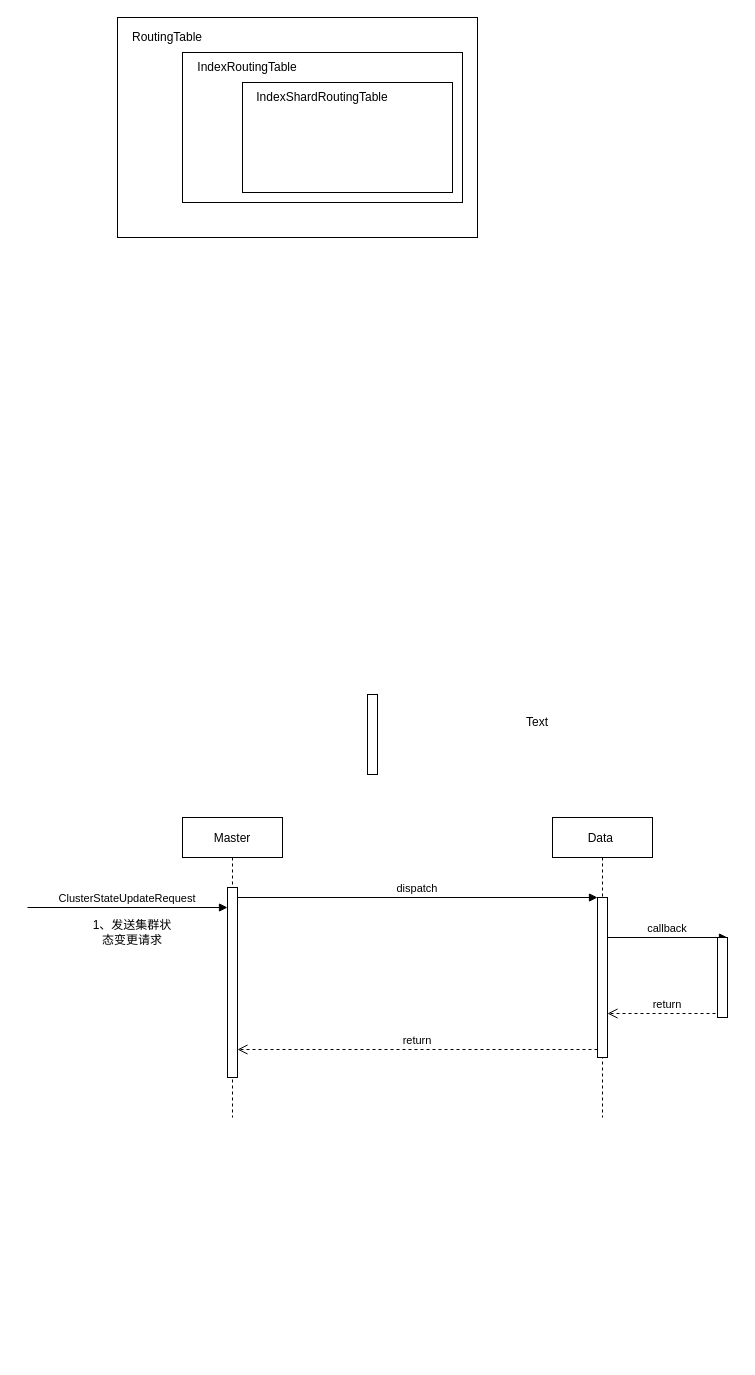
This is elasticsearch/meta/meta_raw.drawio from kingskipper/design, a draw.io file, before an edit. Source tidied: cells renumbered, new cells numbered last; positions are measured from the earlier drawing's top-left corner, leaving out a move shared by most shapes. Both pictures are drawn from the tidied source at 100%, with x=0, y=0 at pixel (27, 17).
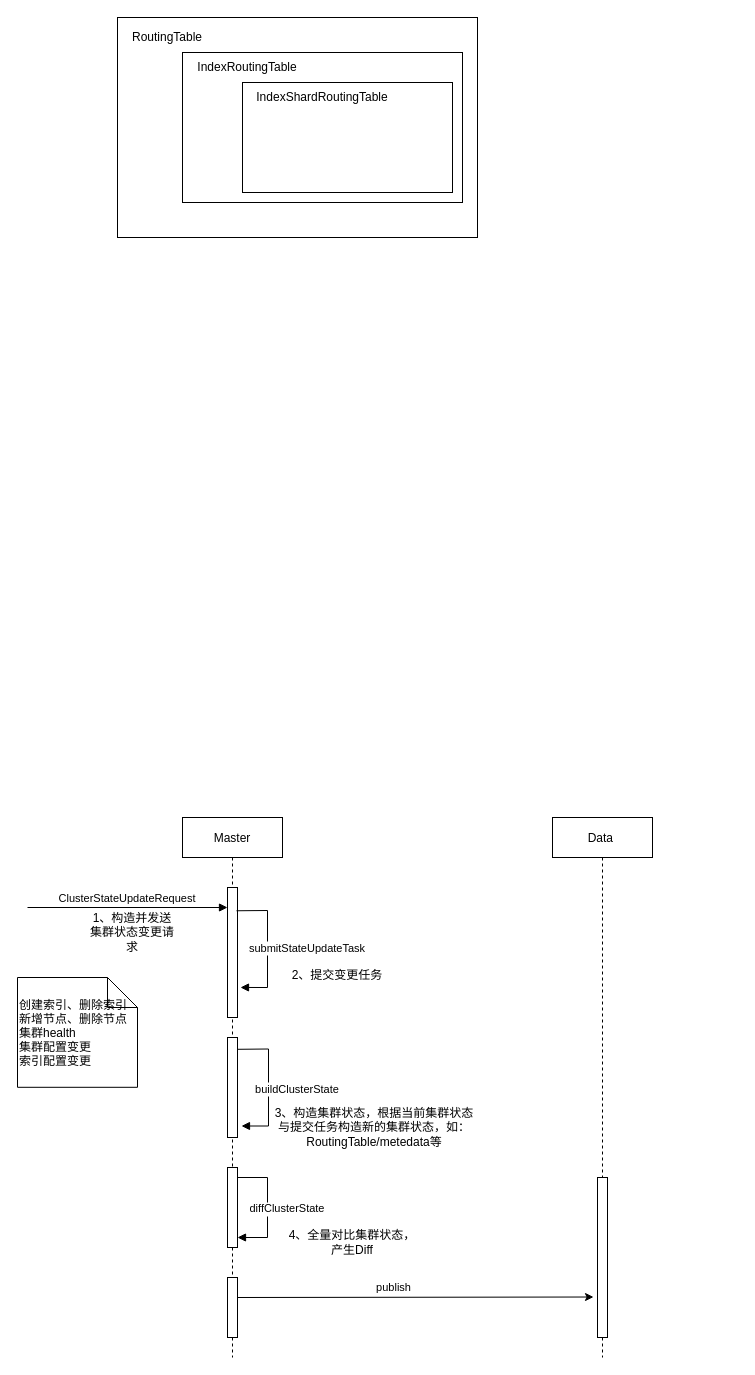
The same page after the edit.

The edit, as a diff of the source:
```diff
@@
     <mxCell id="2" value="Master" style="shape=umlLifeline;perimeter=lifelinePerimeter;rounded=0;shadow=0;strokeWidth=1;" parent="1" vertex="1">
-      <mxGeometry x="155" y="800" width="100" height="300" as="geometry" />
+      <mxGeometry x="155" y="800" width="100" height="540" as="geometry" />
     </mxCell>
     <mxCell id="3" style="points=[];perimeter=orthogonalPerimeter;rounded=0;shadow=0;strokeWidth=1;" parent="2" vertex="1">
-      <mxGeometry x="45" y="70" width="10" height="190" as="geometry" />
+      <mxGeometry x="45" y="70" width="10" height="130" as="geometry" />
     </mxCell>
+    <mxCell id="21" value="submitStateUpdateTask" style="verticalAlign=bottom;endArrow=block;shadow=0;strokeWidth=1;rounded=0;exitX=0.9;exitY=0.179;exitDx=0;exitDy=0;exitPerimeter=0;entryX=1.3;entryY=0.769;entryDx=0;entryDy=0;entryPerimeter=0;" parent="2" edge="1" source="3" target="3">
+      <mxGeometry x="0.16" y="40" relative="1" as="geometry">
+        <Array as="points">
+          <mxPoint x="85" y="93" />
+          <mxPoint x="85" y="170" />
+        </Array>
+      </mxGeometry>
+    </mxCell>
+    <mxCell id="17" style="perimeter=orthogonalPerimeter;rounded=0;shadow=0;strokeWidth=1;" parent="2" vertex="1">
+      <mxGeometry x="45" y="220" width="10" height="100" as="geometry" />
+    </mxCell>
+    <mxCell id="22" value="buildClusterState" style="verticalAlign=bottom;endArrow=block;shadow=0;strokeWidth=1;rounded=0;exitX=0.9;exitY=0.179;exitDx=0;exitDy=0;exitPerimeter=0;entryX=1.3;entryY=0.769;entryDx=0;entryDy=0;entryPerimeter=0;" parent="2" edge="1">
+      <mxGeometry x="0.18" y="29" relative="1" as="geometry">
+        <mxPoint x="55" y="231.8" as="sourcePoint" />
+        <mxPoint x="59" y="308.5" as="targetPoint" />
+        <Array as="points">
+          <mxPoint x="86" y="231.5" />
+          <mxPoint x="86" y="308.5" />
+        </Array>
+      </mxGeometry>
+    </mxCell>
+    <mxCell id="23" style="perimeter=orthogonalPerimeter;rounded=0;shadow=0;strokeWidth=1;" parent="2" vertex="1">
+      <mxGeometry x="45" y="350" width="10" height="80" as="geometry" />
+    </mxCell>
+    <mxCell id="24" value="diffClusterState" style="verticalAlign=bottom;endArrow=block;shadow=0;strokeWidth=1;rounded=0;" parent="2" edge="1">
+      <mxGeometry x="0.17" y="20" relative="1" as="geometry">
+        <mxPoint x="55" y="360" as="sourcePoint" />
+        <mxPoint x="55" y="420" as="targetPoint" />
+        <Array as="points">
+          <mxPoint x="85" y="360" />
+          <mxPoint x="85" y="420" />
+        </Array>
+      </mxGeometry>
+    </mxCell>
+    <mxCell id="25" style="perimeter=orthogonalPerimeter;rounded=0;shadow=0;strokeWidth=1;" parent="2" vertex="1">
+      <mxGeometry x="45" y="460" width="10" height="60" as="geometry" />
+    </mxCell>
+    <mxCell id="26" style="endArrow=classic;html=1;rounded=0;entryX=-0.4;entryY=0.747;entryDx=0;entryDy=0;entryPerimeter=0;" parent="2" edge="1" target="5">
+      <mxGeometry relative="1" as="geometry">
+        <mxPoint x="55" y="480" as="sourcePoint" />
+      </mxGeometry>
+    </mxCell>
+    <mxCell id="27" value="publish" style="edgeLabel;html=1;align=center;verticalAlign=middle;" parent="26" vertex="1">
+      <mxGeometry relative="1" as="geometry">
+        <mxPoint x="-22" y="-10" as="offset" />
+      </mxGeometry>
+    </mxCell>
     <mxCell id="4" value="Data " style="shape=umlLifeline;perimeter=lifelinePerimeter;rounded=0;shadow=0;strokeWidth=1;" parent="1" vertex="1">
-      <mxGeometry x="525" y="800" width="100" height="300" as="geometry" />
+      <mxGeometry x="525" y="800" width="100" height="540" as="geometry" />
     </mxCell>
     <mxCell id="5" style="points=[];perimeter=orthogonalPerimeter;rounded=0;shadow=0;strokeWidth=1;" parent="4" vertex="1">
-      <mxGeometry x="45" y="80" width="10" height="160" as="geometry" />
+      <mxGeometry x="45" y="360" width="10" height="160" as="geometry" />
     </mxCell>
-    <mxCell id="6" value="return" style="verticalAlign=bottom;endArrow=open;dashed=1;endSize=8;exitX=0;exitY=0.95;shadow=0;strokeWidth=1;" parent="1" edge="1" source="5" target="3">
-      <mxGeometry relative="1" as="geometry" />
-    </mxCell>
-    <mxCell id="7" value="dispatch" style="verticalAlign=bottom;endArrow=block;entryX=0;entryY=0;shadow=0;strokeWidth=1;" parent="1" edge="1" source="3" target="5">
-      <mxGeometry relative="1" as="geometry" />
-    </mxCell>
-    <mxCell id="8" value="callback" style="verticalAlign=bottom;endArrow=block;entryX=1;entryY=0;shadow=0;strokeWidth=1;" parent="1" edge="1" source="5" target="16">
-      <mxGeometry relative="1" as="geometry" />
-    </mxCell>
-    <mxCell id="9" value="return" style="verticalAlign=bottom;endArrow=open;dashed=1;endSize=8;exitX=1;exitY=0.95;shadow=0;strokeWidth=1;" parent="1" edge="1" source="16" target="5">
-      <mxGeometry relative="1" as="geometry" />
-    </mxCell>
@@
-    <mxCell id="16" style="points=[];perimeter=orthogonalPerimeter;rounded=0;shadow=0;strokeWidth=1;" parent="1" vertex="1">
-      <mxGeometry x="690" y="920" width="10" height="80" as="geometry" />
-    </mxCell>
-    <mxCell id="17" style="perimeter=orthogonalPerimeter;rounded=0;shadow=0;strokeWidth=1;" parent="1" vertex="1">
-      <mxGeometry x="340" y="677" width="10" height="80" as="geometry" />
-    </mxCell>
@@
-    <mxCell id="19" value="Text" style="text;html=1;strokeColor=none;fillColor=none;align=center;verticalAlign=middle;whiteSpace=wrap;rounded=0;" parent="1" vertex="1">
-      <mxGeometry x="480" y="690" width="60" height="30" as="geometry" />
-    </mxCell>
-    <mxCell id="20" value="1、发送集群状态变更请求" style="text;html=1;strokeColor=none;fillColor=none;align=center;verticalAlign=middle;whiteSpace=wrap;rounded=0;" parent="1" vertex="1">
+    <mxCell id="20" value="1、构造并发送集群状态变更请求" style="text;html=1;strokeColor=none;fillColor=none;align=center;verticalAlign=middle;whiteSpace=wrap;rounded=0;" parent="1" vertex="1">
       <mxGeometry x="60" y="900" width="90" height="30" as="geometry" />
     </mxCell>
+    <mxCell id="28" value="2、提交变更任务" style="text;html=1;strokeColor=none;fillColor=none;align=center;verticalAlign=middle;whiteSpace=wrap;rounded=0;" parent="1" vertex="1">
+      <mxGeometry x="260" y="945" width="100" height="25" as="geometry" />
+    </mxCell>
+    <mxCell id="29" value="3、构造集群状态，根据当前集群状态与提交任务构造新的集群状态，如：RoutingTable/metedata等" style="text;html=1;strokeColor=none;fillColor=none;align=center;verticalAlign=middle;whiteSpace=wrap;rounded=0;" parent="1" vertex="1">
+      <mxGeometry x="242.5" y="1080" width="207.5" height="60" as="geometry" />
+    </mxCell>
+    <mxCell id="30" value="4、全量对比集群状态，产生Diff" style="text;html=1;strokeColor=none;fillColor=none;align=center;verticalAlign=middle;whiteSpace=wrap;rounded=0;" parent="1" vertex="1">
+      <mxGeometry x="260" y="1210" width="130" height="30" as="geometry" />
+    </mxCell>
+    <mxCell id="31" value="创建索引、删除索引&#10;新增节点、删除节点&#10;集群health&#10;集群配置变更&#10;索引配置变更" style="shape=note;align=left;" parent="1" vertex="1">
+      <mxGeometry x="-10" y="960" width="120" height="109.8" as="geometry" />
+    </mxCell>
```
